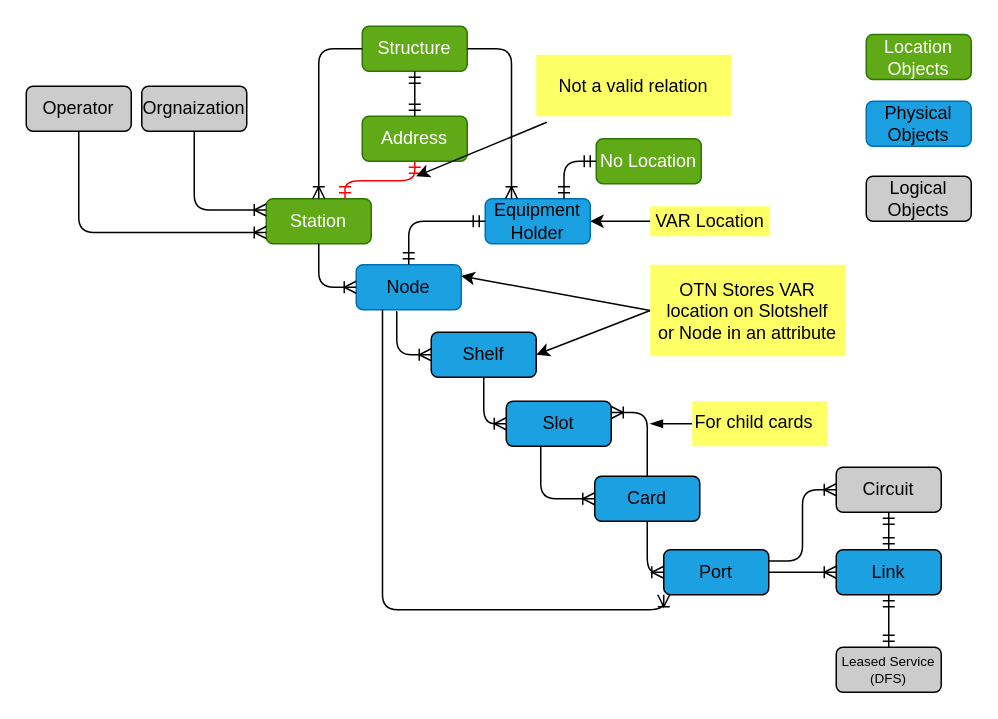
Before: page "OSS" (2 of 6) of Untitled Diagram.drawio in dearishtaq/hello-world-old, a draw.io diagram. Source tidied: cells renumbered, new cells numbered last; positions are measured from the earlier drawing's top-left corner, leaving out a move shared by most shapes. Both pictures are drawn from the tidied source at 150%, with x=0, y=0 at pixel (26, 26).
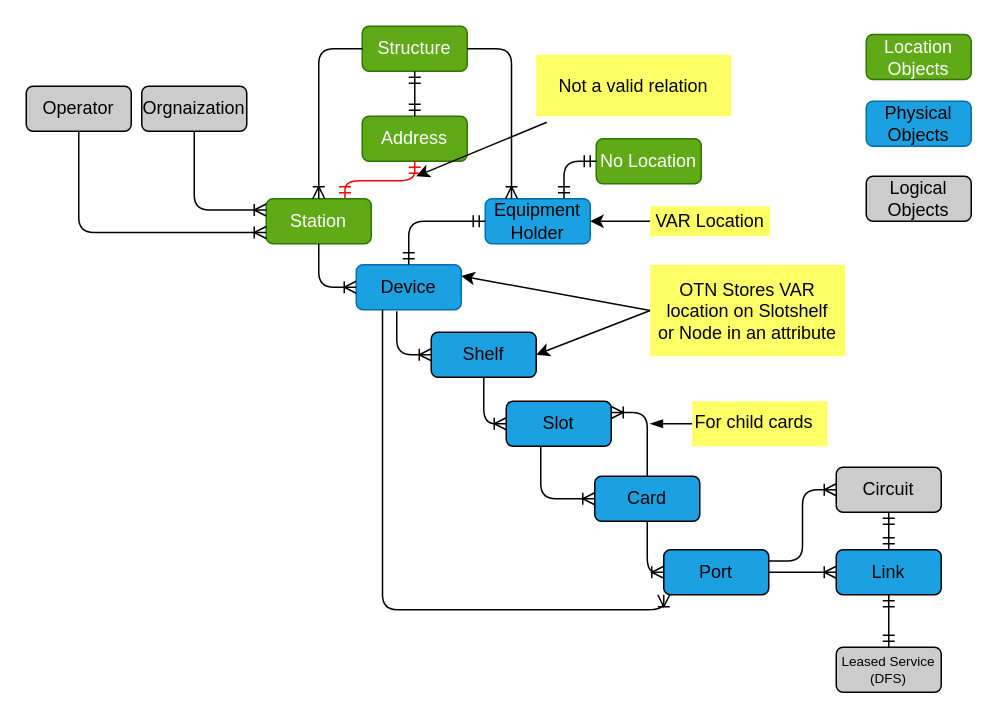
Above is the later version.

Diff of the diagram source:
```diff
@@
-    <mxCell id="3" value="Node" style="rounded=1;whiteSpace=wrap;html=1;strokeColor=#006EAF;fillColor=#1BA1E2;" parent="1" vertex="1">
+    <mxCell id="3" value="Device" style="rounded=1;whiteSpace=wrap;html=1;strokeColor=#006EAF;fillColor=#1BA1E2;" parent="1" vertex="1">
       <mxGeometry x="220" y="159" width="70" height="30" as="geometry" />
     </mxCell>
```
